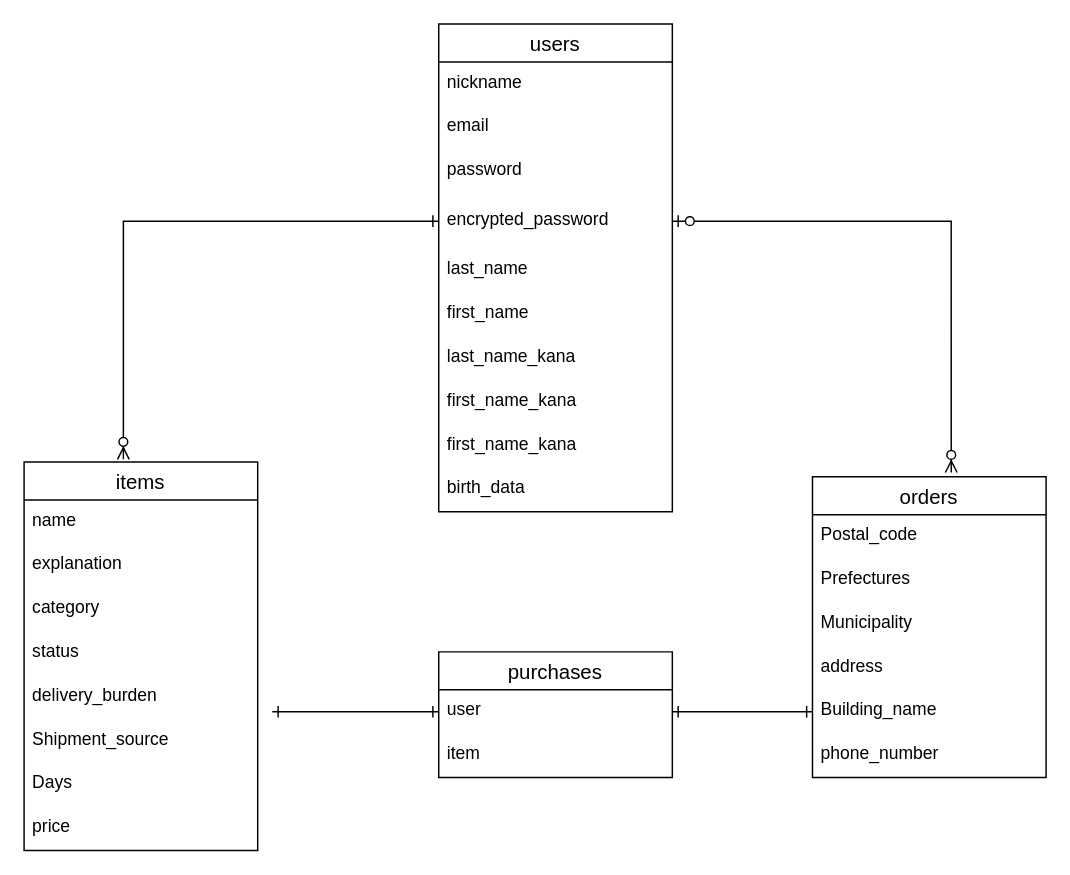
Earlier version of the draw.io diagram furimo.dio (KimFight/furima-32013). Source tidied: cells renumbered, new cells numbered last; positions are measured from the earlier drawing's top-left corner, leaving out a move shared by most shapes. Both pictures are drawn from the tidied source at 146%, with x=0, y=0 at pixel (23, 23).
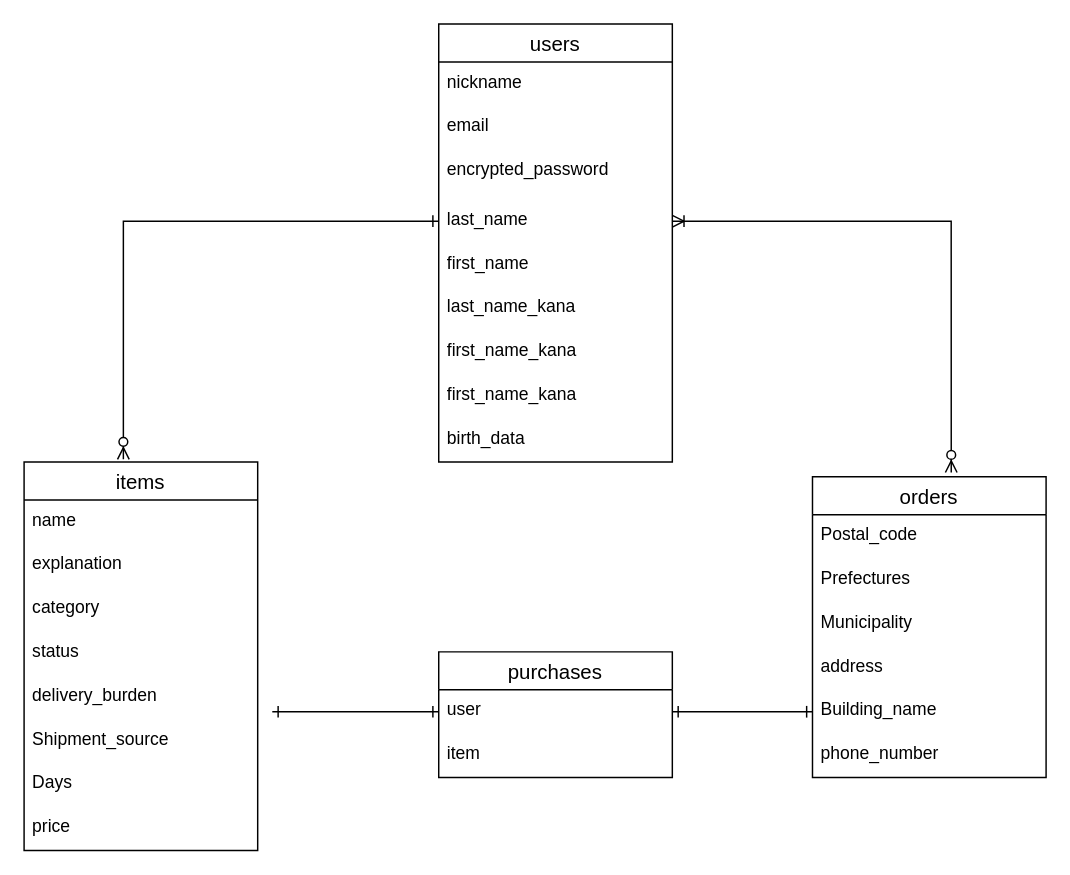
After the change.

The change refers to these unchanged cells:
```xml
<mxCell id="11" value="orders" style="swimlane;fontStyle=0;horizontal=1;startSize=26;align=center;fontSize=14;" parent="1" vertex="1">
  <mxGeometry x="540" y="310" width="160" height="206" as="geometry" />
</mxCell>
```

What changed in the source:
```diff
@@
     <mxCell id="18" value="users" style="swimlane;fontStyle=0;horizontal=1;startSize=26;align=center;fontSize=14;" parent="1" vertex="1">
-      <mxGeometry x="284" width="160" height="334" as="geometry" />
+      <mxGeometry x="284" width="160" height="300" as="geometry" />
     </mxCell>
@@
-    <mxCell id="21" value="password" style="text;strokeColor=none;fillColor=none;spacingLeft=4;spacingRight=4;overflow=hidden;fontSize=12;" parent="18" vertex="1">
-      <mxGeometry y="86" width="160" height="34" as="geometry" />
-    </mxCell>
     <mxCell id="22" value="encrypted_password&#10;&#10;" style="text;strokeColor=none;fillColor=none;spacingLeft=4;spacingRight=4;overflow=hidden;fontSize=12;" parent="18" vertex="1">
-      <mxGeometry y="120" width="160" height="34" as="geometry" />
+      <mxGeometry y="86" width="160" height="34" as="geometry" />
     </mxCell>
     <mxCell id="23" value="last_name" style="text;strokeColor=none;fillColor=none;spacingLeft=4;spacingRight=4;overflow=hidden;fontSize=12;" parent="18" vertex="1">
-      <mxGeometry y="154" width="160" height="30" as="geometry" />
+      <mxGeometry y="120" width="160" height="30" as="geometry" />
     </mxCell>
     <mxCell id="24" value="first_name" style="text;strokeColor=none;fillColor=none;spacingLeft=4;spacingRight=4;overflow=hidden;fontSize=12;" parent="18" vertex="1">
-      <mxGeometry y="184" width="160" height="30" as="geometry" />
+      <mxGeometry y="150" width="160" height="30" as="geometry" />
     </mxCell>
     <mxCell id="25" value="last_name_kana" style="text;strokeColor=none;fillColor=none;spacingLeft=4;spacingRight=4;overflow=hidden;fontSize=12;" parent="18" vertex="1">
-      <mxGeometry y="214" width="160" height="30" as="geometry" />
+      <mxGeometry y="180" width="160" height="30" as="geometry" />
     </mxCell>
     <mxCell id="26" value="first_name_kana" style="text;strokeColor=none;fillColor=none;spacingLeft=4;spacingRight=4;overflow=hidden;fontSize=12;" parent="18" vertex="1">
-      <mxGeometry y="244" width="160" height="30" as="geometry" />
+      <mxGeometry y="210" width="160" height="30" as="geometry" />
     </mxCell>
     <mxCell id="27" value="first_name_kana" style="text;strokeColor=none;fillColor=none;spacingLeft=4;spacingRight=4;overflow=hidden;fontSize=12;" parent="18" vertex="1">
-      <mxGeometry y="274" width="160" height="30" as="geometry" />
+      <mxGeometry y="240" width="160" height="30" as="geometry" />
     </mxCell>
     <mxCell id="28" value="birth_data" style="text;strokeColor=none;fillColor=none;spacingLeft=4;spacingRight=4;overflow=hidden;fontSize=12;" parent="18" vertex="1">
-      <mxGeometry y="304" width="160" height="30" as="geometry" />
+      <mxGeometry y="270" width="160" height="30" as="geometry" />
     </mxCell>
-    <mxCell id="29" style="edgeStyle=none;rounded=0;jettySize=auto;html=1;entryX=0.594;entryY=-0.014;entryDx=0;entryDy=0;entryPerimeter=0;startArrow=ERzeroToOne;startFill=1;endArrow=ERzeroToMany;endFill=1;exitX=1;exitY=0.5;exitDx=0;exitDy=0;" parent="1" edge="1" target="11">
+    <mxCell id="29" style="edgeStyle=none;rounded=0;jettySize=auto;html=1;entryX=0.594;entryY=-0.014;entryDx=0;entryDy=0;entryPerimeter=0;startArrow=ERoneToMany;startFill=0;endArrow=ERzeroToMany;endFill=1;exitX=1;exitY=0.5;exitDx=0;exitDy=0;" parent="1" edge="1" target="11">
       <mxGeometry relative="1" as="geometry">
         <mxPoint x="444" y="135" as="sourcePoint" />
         <Array as="points">
           <mxPoint x="635" y="135" />
         </Array>
       </mxGeometry>
     </mxCell>
```
